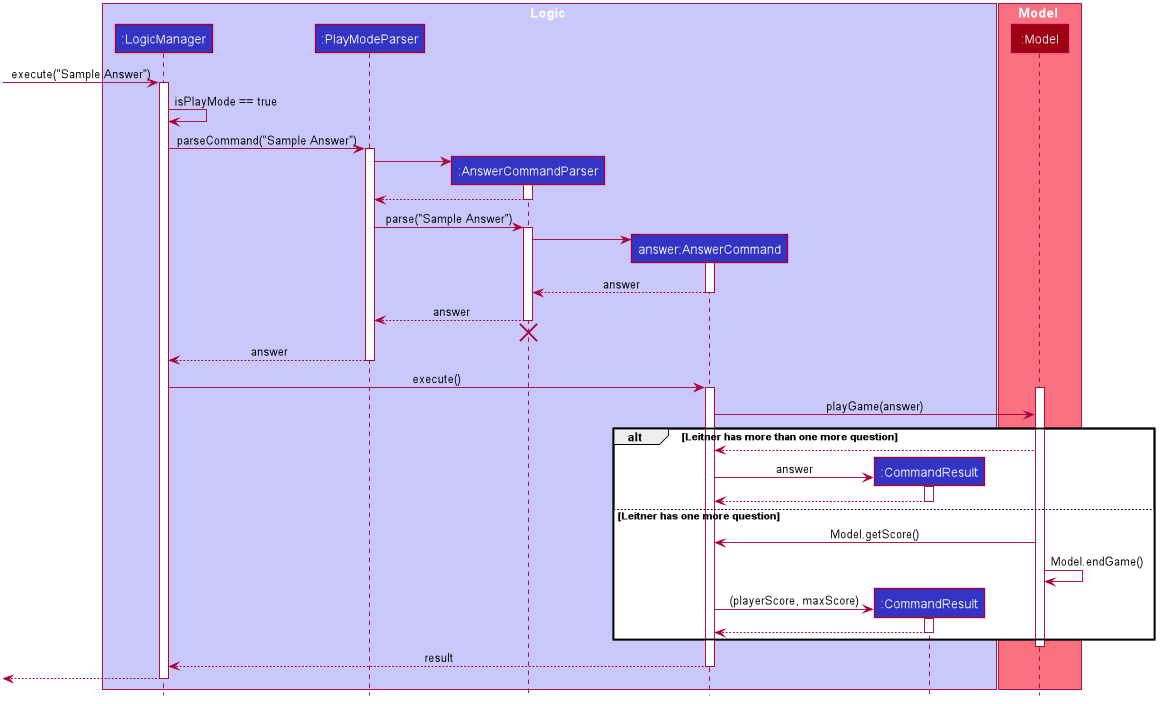
Above: docs/images/PlayCommandSequenceDiagram.png in vigneshbhuvan-nus/tp (PlantUML), before the change. The source it was exported from:
```plantuml
@startuml








skinparam BackgroundColor #FFFFFFF

skinparam Shadowing false

skinparam Class {
    FontColor #FFFFFF
    BorderThickness 1
    BorderColor #FFFFFF
    StereotypeFontColor #FFFFFF
    FontName Arial
}

skinparam Actor {
    BorderColor #000000
    Color #000000
    FontName Arial
}

skinparam Sequence {
    MessageAlign center
    BoxFontSize 15
    BoxPadding 0
    BoxFontColor #FFFFFF
    FontName Arial
}

skinparam Participant {
    FontColor #FFFFFFF
    Padding 20
}

skinparam MinClassWidth 50
skinparam ParticipantPadding 10
skinparam Shadowing false
skinparam DefaultTextAlignment center
skinparam packageStyle Rectangle

hide footbox
hide members
hide circle

box Logic #C8C8FA
participant ":LogicManager" as LogicManager #3333C4
participant ":PlayModeParser" as PlayModeParser #3333C4
participant ":AnswerCommandParser" as AnswerCommandParser #3333C4
participant "answer:AnswerCommand" as AnswerCommand #3333C4
participant ":CommandResult" as CommandResult #3333C4
end box

box Model #F97181
participant ":Model" as Model #9D0012
end box

[-> LogicManager : execute("Sample Answer")
activate LogicManager

LogicManager -> LogicManager: isPlayMode == true

LogicManager -> PlayModeParser : parseCommand("Sample Answer")
activate PlayModeParser

create AnswerCommandParser
PlayModeParser -> AnswerCommandParser
activate AnswerCommandParser

AnswerCommandParser --> PlayModeParser
deactivate AnswerCommandParser

PlayModeParser -> AnswerCommandParser : parse("Sample Answer")
activate AnswerCommandParser

create AnswerCommand
AnswerCommandParser -> AnswerCommand
activate AnswerCommand

AnswerCommand --> AnswerCommandParser : answer
deactivate AnswerCommand

AnswerCommandParser --> PlayModeParser : answer
deactivate AnswerCommandParser
AnswerCommandParser -[hidden]-> PlayModeParser
destroy AnswerCommandParser

PlayModeParser --> LogicManager : answer
deactivate PlayModeParser

LogicManager -> AnswerCommand : execute()
activate AnswerCommand

activate Model
AnswerCommand -> Model : playGame(answer)
alt Leitner has more than one more question
Model --> AnswerCommand

create CommandResult
AnswerCommand -> CommandResult : answer
activate CommandResult
CommandResult --> AnswerCommand
deactivate CommandResult

else Leitner has one more question
Model -> AnswerCommand : Model.getScore()
Model -> Model : Model.endGame()

create CommandResult
AnswerCommand -> CommandResult : (playerScore, maxScore)
activate CommandResult
CommandResult --> AnswerCommand
deactivate CommandResult

end
deactivate Model

AnswerCommand --> LogicManager : result
deactivate AnswerCommand

[<--LogicManager
deactivate LogicManager


@enduml
```
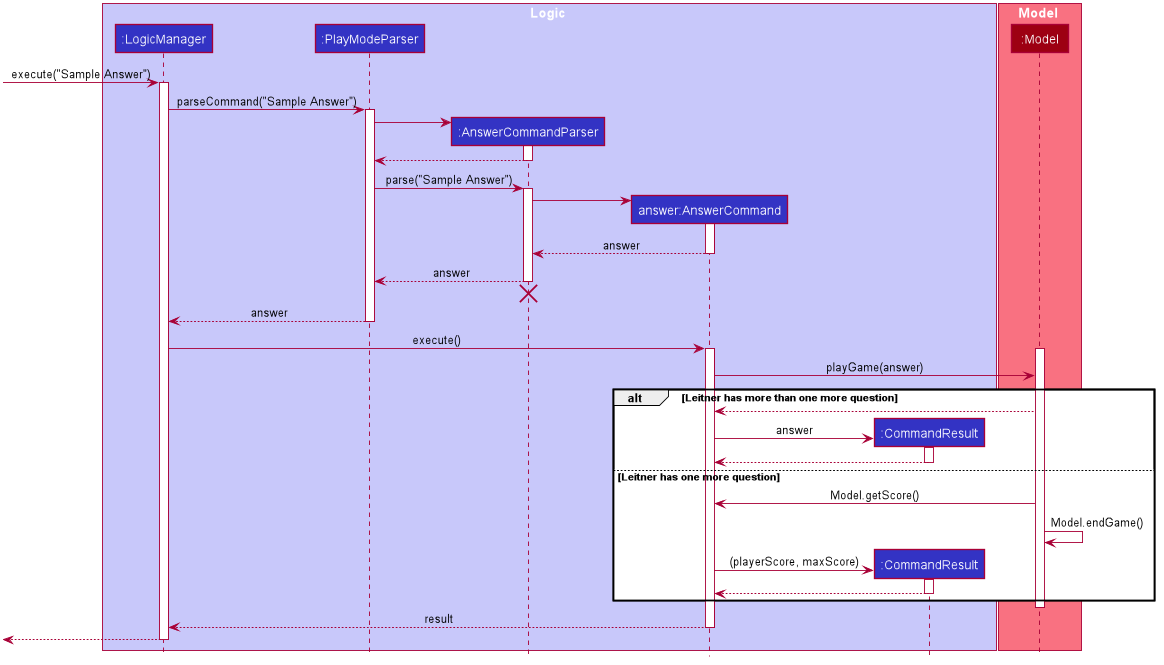
The same file after the commit.

Diff of the diagram source:
```diff
@@ -63,8 +63,6 @@
 [-> LogicManager : execute("Sample Answer")
 activate LogicManager
 
-LogicManager -> LogicManager: isPlayMode == true
-
 LogicManager -> PlayModeParser : parseCommand("Sample Answer")
 activate PlayModeParser
 
```
